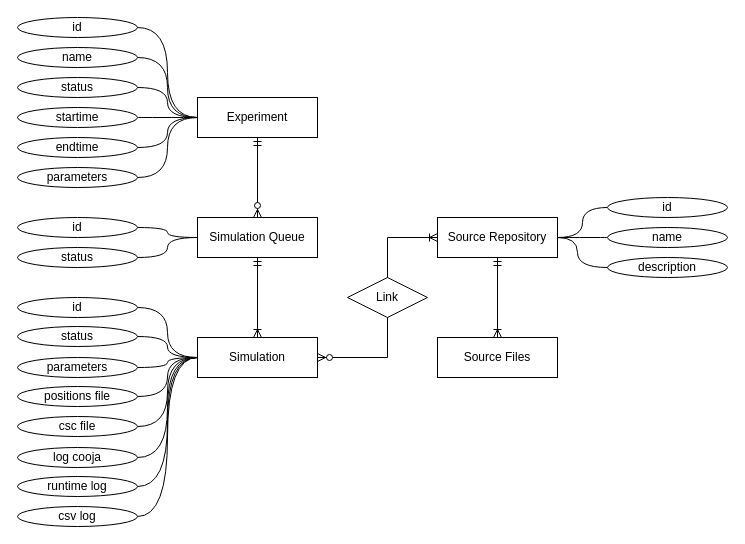
JunioCesarFerreira/Cooja-MO-SimLab keeps this draw.io diagram as page "ER" (4 of 6) of docs/diagrams.drawio. Above is the earlier version. Source tidied: cells renumbered, new cells numbered last; positions are measured from the earlier drawing's top-left corner, leaving out a move shared by most shapes. Both pictures are drawn from the tidied source at 100%, with x=0, y=0 at pixel (17, 17).
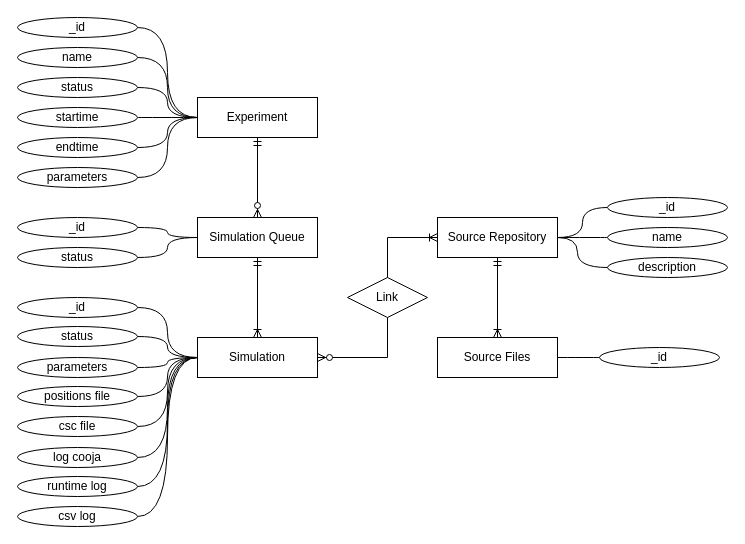
Above is the later version.

Unchanged cells that the change refers to:
```xml
<mxCell id="41" value="Source Files" style="rounded=0;whiteSpace=wrap;html=1;" parent="1" vertex="1">
  <mxGeometry x="420" y="320" width="120" height="40" as="geometry" />
</mxCell>
```

Diff of the diagram source:
```diff
@@
-    <mxCell id="6" value="id" style="ellipse;whiteSpace=wrap;html=1;" parent="1" vertex="1">
+    <mxCell id="6" value="_id" style="ellipse;whiteSpace=wrap;html=1;" parent="1" vertex="1">
       <mxGeometry width="120" height="20" as="geometry" />
     </mxCell>
@@
-    <mxCell id="24" value="id" style="ellipse;whiteSpace=wrap;html=1;" parent="1" vertex="1">
+    <mxCell id="24" value="_id" style="ellipse;whiteSpace=wrap;html=1;" parent="1" vertex="1">
       <mxGeometry y="280" width="120" height="20" as="geometry" />
     </mxCell>
@@
-    <mxCell id="34" value="id" style="ellipse;whiteSpace=wrap;html=1;" parent="1" vertex="1">
+    <mxCell id="34" value="_id" style="ellipse;whiteSpace=wrap;html=1;" parent="1" vertex="1">
       <mxGeometry y="200" width="120" height="20" as="geometry" />
     </mxCell>
@@
-    <mxCell id="39" value="id" style="ellipse;whiteSpace=wrap;html=1;" parent="1" vertex="1">
+    <mxCell id="39" value="_id" style="ellipse;whiteSpace=wrap;html=1;" parent="1" vertex="1">
       <mxGeometry x="590" y="180" width="120" height="20" as="geometry" />
     </mxCell>
@@
+    <mxCell id="51" style="edgeStyle=orthogonalEdgeStyle;rounded=0;jettySize=auto;html=1;exitX=0;exitY=0.5;exitDx=0;exitDy=0;entryX=1;entryY=0.5;entryDx=0;entryDy=0;endArrow=none;endFill=0;curved=1;" parent="1" edge="1" source="52" target="41">
+      <mxGeometry relative="1" as="geometry" />
+    </mxCell>
+    <mxCell id="52" value="_id" style="ellipse;whiteSpace=wrap;html=1;" parent="1" vertex="1">
+      <mxGeometry x="582" y="330" width="120" height="20" as="geometry" />
+    </mxCell>
```
